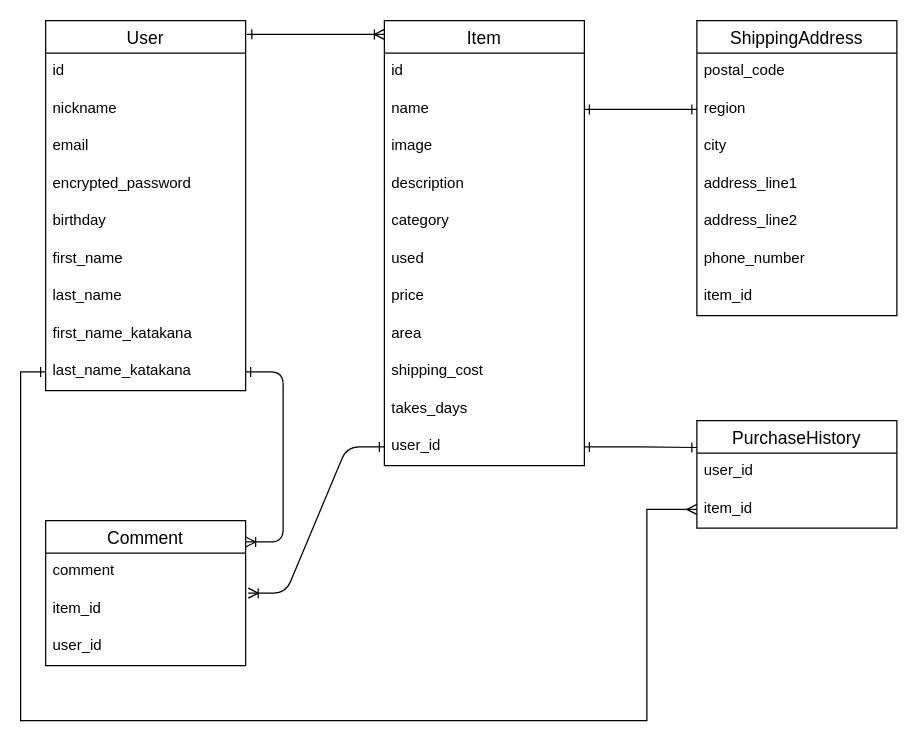
This is test.dio from YShu518/furima-35833, a draw.io file, before an edit. Source tidied: cells renumbered, new cells numbered last; positions are measured from the earlier drawing's top-left corner, leaving out a move shared by most shapes. Both pictures are drawn from the tidied source at 125%, with x=0, y=0 at pixel (20, 20).
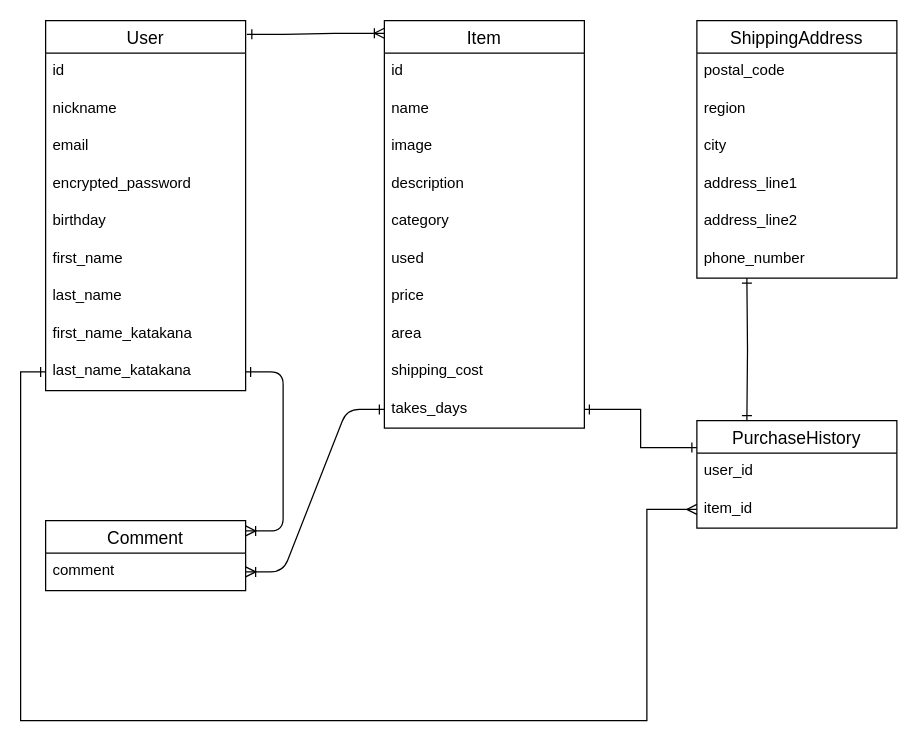
The same diagram, later.

Unchanged cells that the change refers to:
```xml
<mxCell id="15" value="name" style="text;strokeColor=none;fillColor=none;spacingLeft=4;spacingRight=4;overflow=hidden;points=[[0,0.5],[1,0.5]];portConstraint=eastwest;fontSize=12;" parent="13" vertex="1">
  <mxGeometry y="56" width="160" height="30" as="geometry" />
</mxCell>
<mxCell id="23" value="takes_days" style="text;strokeColor=none;fillColor=none;spacingLeft=4;spacingRight=4;overflow=hidden;points=[[0,0.5],[1,0.5]];portConstraint=eastwest;fontSize=12;" parent="13" vertex="1">
  <mxGeometry y="296" width="160" height="30" as="geometry" />
</mxCell>
<mxCell id="27" value="comment" style="text;strokeColor=none;fillColor=none;spacingLeft=4;spacingRight=4;overflow=hidden;points=[[0,0.5],[1,0.5]];portConstraint=eastwest;fontSize=12;" parent="26" vertex="1">
  <mxGeometry y="26" width="160" height="30" as="geometry" />
</mxCell>
<mxCell id="34" value="region" style="text;strokeColor=none;fillColor=none;spacingLeft=4;spacingRight=4;overflow=hidden;points=[[0,0.5],[1,0.5]];portConstraint=eastwest;fontSize=12;" parent="32" vertex="1">
  <mxGeometry y="56" width="160" height="30" as="geometry" />
</mxCell>
<mxCell id="40" value="PurchaseHistory" style="swimlane;fontStyle=0;horizontal=1;startSize=26;align=center;fontSize=14;" parent="1" vertex="1">
  <mxGeometry x="541" y="320" width="160" height="86" as="geometry" />
</mxCell>
```

Diff of the diagram source:
```diff
@@
-    <mxCell id="12" style="edgeStyle=none;rounded=0;jettySize=auto;html=1;exitX=1;exitY=0.5;exitDx=0;exitDy=0;entryX=0;entryY=0.5;entryDx=0;entryDy=0;startArrow=ERone;startFill=0;endArrow=ERone;endFill=0;" parent="1" edge="1" source="15" target="34">
-      <mxGeometry relative="1" as="geometry" />
-    </mxCell>
     <mxCell id="13" value="Item" style="swimlane;fontStyle=0;horizontal=1;startSize=26;align=center;fontSize=14;" parent="1" vertex="1">
-      <mxGeometry x="291" width="160" height="356" as="geometry" />
+      <mxGeometry x="291" width="160" height="326" as="geometry" />
     </mxCell>
@@
-    <mxCell id="24" value="user_id" style="text;strokeColor=none;fillColor=none;spacingLeft=4;spacingRight=4;overflow=hidden;points=[[0,0.5],[1,0.5]];portConstraint=eastwest;fontSize=12;" parent="13" vertex="1">
-      <mxGeometry y="326" width="160" height="30" as="geometry" />
-    </mxCell>
@@
     <mxCell id="26" value="Comment" style="swimlane;fontStyle=0;horizontal=1;startSize=26;align=center;fontSize=14;" parent="1" vertex="1">
-      <mxGeometry x="20" y="400" width="160" height="116" as="geometry" />
+      <mxGeometry x="20" y="400" width="160" height="56" as="geometry" />
     </mxCell>
@@
-    <mxCell id="28" value="item_id" style="text;strokeColor=none;fillColor=none;spacingLeft=4;spacingRight=4;overflow=hidden;points=[[0,0.5],[1,0.5]];portConstraint=eastwest;fontSize=12;" parent="26" vertex="1">
-      <mxGeometry y="56" width="160" height="30" as="geometry" />
-    </mxCell>
-    <mxCell id="29" value="user_id" style="text;strokeColor=none;fillColor=none;spacingLeft=4;spacingRight=4;overflow=hidden;fontSize=12;" parent="26" vertex="1">
-      <mxGeometry y="86" width="160" height="30" as="geometry" />
-    </mxCell>
@@
-    <mxCell id="31" style="edgeStyle=entityRelationEdgeStyle;fontSize=12;html=1;endArrow=ERoneToMany;exitX=0;exitY=0.5;exitDx=0;exitDy=0;entryX=1.013;entryY=0.067;entryDx=0;entryDy=0;entryPerimeter=0;startArrow=ERone;startFill=0;" parent="1" edge="1" source="24" target="28">
+    <mxCell id="31" style="edgeStyle=entityRelationEdgeStyle;fontSize=12;html=1;endArrow=ERoneToMany;exitX=0;exitY=0.5;exitDx=0;exitDy=0;startArrow=ERone;startFill=0;" parent="1" edge="1" source="23" target="27">
       <mxGeometry relative="1" as="geometry" />
     </mxCell>
     <mxCell id="32" value="ShippingAddress" style="swimlane;fontStyle=0;horizontal=1;startSize=26;align=center;fontSize=14;" parent="1" vertex="1">
-      <mxGeometry x="541" width="160" height="236" as="geometry" />
+      <mxGeometry x="541" width="160" height="206" as="geometry" />
     </mxCell>
@@
-    <mxCell id="39" value="item_id" style="text;strokeColor=none;fillColor=none;spacingLeft=4;spacingRight=4;overflow=hidden;fontSize=12;" parent="32" vertex="1">
-      <mxGeometry y="206" width="160" height="30" as="geometry" />
-    </mxCell>
@@
-    <mxCell id="44" style="edgeStyle=orthogonalEdgeStyle;rounded=0;jettySize=auto;html=1;exitX=1;exitY=0.5;exitDx=0;exitDy=0;entryX=0;entryY=0.25;entryDx=0;entryDy=0;endArrow=ERone;endFill=0;startArrow=ERone;startFill=0;" parent="1" edge="1" source="24" target="40">
+    <mxCell id="44" style="edgeStyle=orthogonalEdgeStyle;rounded=0;jettySize=auto;html=1;exitX=1;exitY=0.5;exitDx=0;exitDy=0;entryX=0;entryY=0.25;entryDx=0;entryDy=0;endArrow=ERone;endFill=0;startArrow=ERone;startFill=0;" parent="1" edge="1" source="23" target="40">
       <mxGeometry relative="1" as="geometry" />
     </mxCell>
@@
+    <mxCell id="46" style="edgeStyle=orthogonalEdgeStyle;rounded=0;jettySize=auto;html=1;entryX=0.25;entryY=0;entryDx=0;entryDy=0;startArrow=ERone;startFill=0;endArrow=ERone;endFill=0;" parent="1" edge="1" target="40">
+      <mxGeometry relative="1" as="geometry">
+        <mxPoint x="581" y="206" as="sourcePoint" />
+      </mxGeometry>
+    </mxCell>
```
